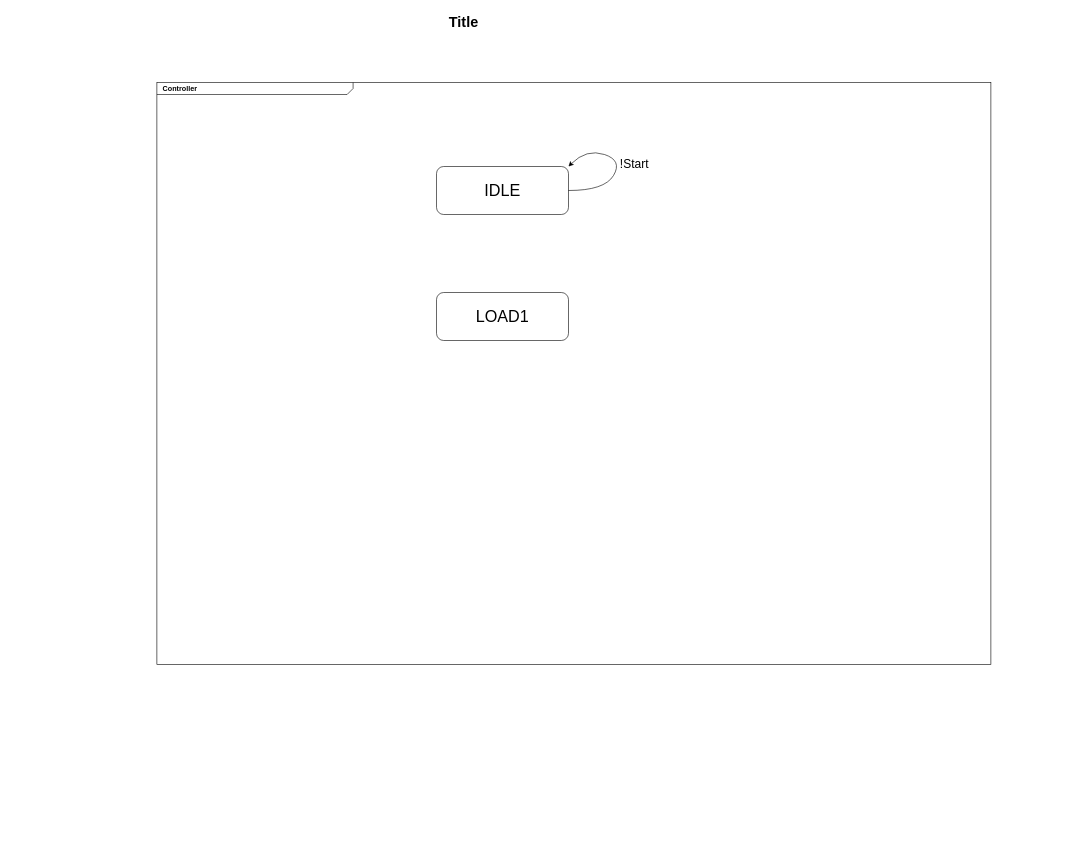
andreunifi/VHDL-RAM-Assignment keeps this draw.io diagram as Diagrama sin título.drawio. Above is the earlier version. Source tidied: cells renumbered, new cells numbered last; positions are measured from the earlier drawing's top-left corner, leaving out a move shared by most shapes. Both pictures are drawn from the tidied source at 60%, with x=0, y=0 at pixel (10, 10).
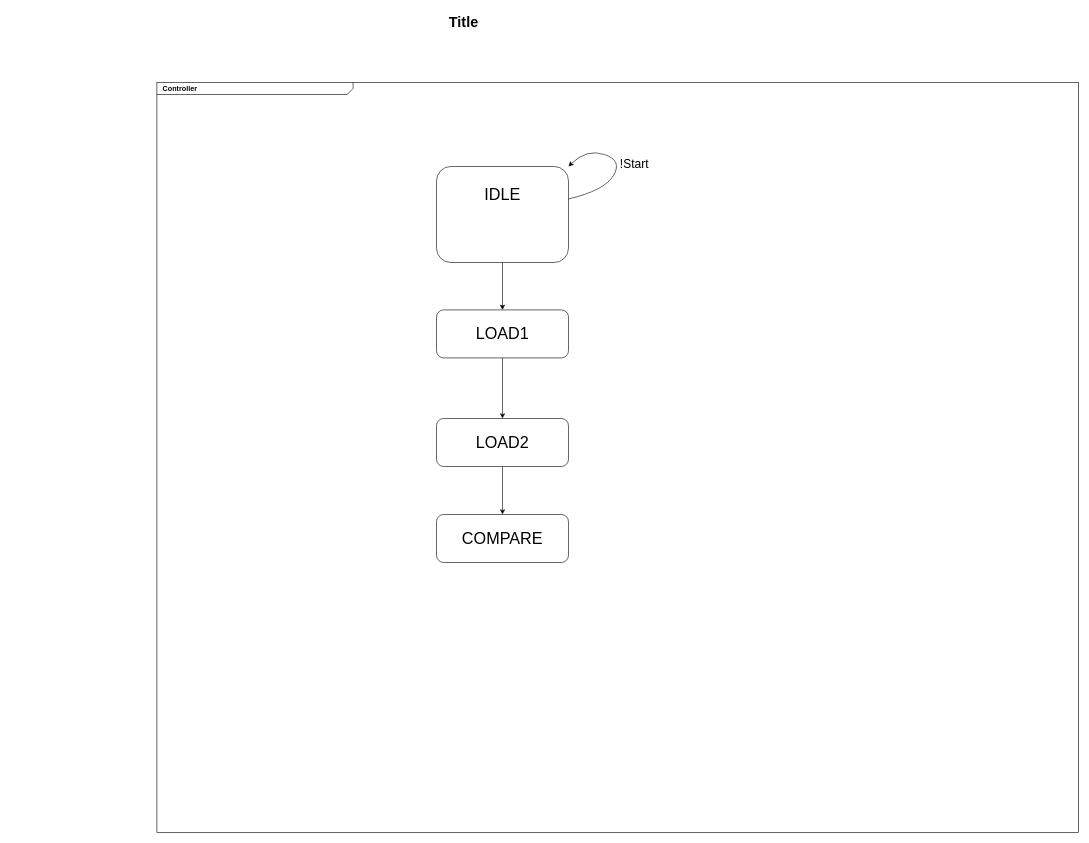
The same page after the edit.

Diff of the diagram source:
```diff
@@
     <mxCell id="2" value="&lt;p style=&quot;margin: 0px ; margin-top: 4px ; margin-left: 10px ; text-align: left&quot;&gt;&lt;b&gt;Controller&lt;/b&gt;&lt;/p&gt;&lt;p style=&quot;margin: 0px ; margin-top: 4px ; margin-left: 10px ; text-align: left&quot;&gt;&lt;b&gt;&lt;br&gt;&lt;/b&gt;&lt;/p&gt;" style="html=1;strokeWidth=1;shape=mxgraph.sysml.package;html=1;overflow=fill;whiteSpace=wrap;fillColor=none;gradientColor=none;fontSize=12;align=center;labelX=327.64;" parent="1" vertex="1">
-      <mxGeometry x="244" y="120" width="1390" height="970" as="geometry" />
+      <mxGeometry x="244" y="120" width="1536" height="1250" as="geometry" />
     </mxCell>
@@
-    <mxCell id="14" value="&lt;font style=&quot;font-size: 27px;&quot;&gt;IDLE&lt;/font&gt;" style="rounded=1;whiteSpace=wrap;html=1;" parent="1" vertex="1">
-      <mxGeometry x="710" y="260" width="220" height="80" as="geometry" />
+    <mxCell id="14" value="&lt;font style=&quot;font-size: 27px;&quot;&gt;IDLE&lt;/font&gt;&lt;div&gt;&lt;font style=&quot;font-size: 27px;&quot;&gt;&lt;br&gt;&lt;/font&gt;&lt;/div&gt;&lt;div style=&quot;text-align: left;&quot;&gt;&lt;font style=&quot;font-size: 27px;&quot;&gt;&lt;br&gt;&lt;/font&gt;&lt;/div&gt;" style="rounded=1;whiteSpace=wrap;html=1;" parent="1" vertex="1">
+      <mxGeometry x="710" y="260" width="220" height="160" as="geometry" />
     </mxCell>
+    <mxCell id="18" style="edgeStyle=orthogonalEdgeStyle;rounded=0;jettySize=auto;html=1;exitX=0.5;exitY=1;exitDx=0;exitDy=0;entryX=0.5;entryY=0;entryDx=0;entryDy=0;" parent="1" edge="1" source="15" target="20">
+      <mxGeometry relative="1" as="geometry" />
+    </mxCell>
     <mxCell id="15" value="&lt;span style=&quot;font-size: 27px;&quot;&gt;LOAD1&lt;/span&gt;" style="rounded=1;whiteSpace=wrap;html=1;" parent="1" vertex="1">
-      <mxGeometry x="710" y="470" width="220" height="80" as="geometry" />
+      <mxGeometry x="710" y="499" width="220" height="80" as="geometry" />
     </mxCell>
@@
+    <mxCell id="19" style="edgeStyle=orthogonalEdgeStyle;rounded=0;jettySize=auto;html=1;exitX=0.5;exitY=1;exitDx=0;exitDy=0;" parent="1" edge="1" source="20" target="22">
+      <mxGeometry relative="1" as="geometry" />
+    </mxCell>
+    <mxCell id="20" value="&lt;span style=&quot;font-size: 27px;&quot;&gt;LOAD2&lt;/span&gt;" style="rounded=1;whiteSpace=wrap;html=1;" parent="1" vertex="1">
+      <mxGeometry x="710" y="680" width="220" height="80" as="geometry" />
+    </mxCell>
+    <mxCell id="21" style="endArrow=classic;html=1;rounded=0;exitX=0.5;exitY=1;exitDx=0;exitDy=0;" parent="1" edge="1" source="14" target="15">
+      <mxGeometry relative="1" as="geometry" />
+    </mxCell>
+    <mxCell id="22" value="&lt;span style=&quot;font-size: 27px;&quot;&gt;COMPARE&lt;/span&gt;" style="rounded=1;whiteSpace=wrap;html=1;" parent="1" vertex="1">
+      <mxGeometry x="710" y="840" width="220" height="80" as="geometry" />
+    </mxCell>
```
